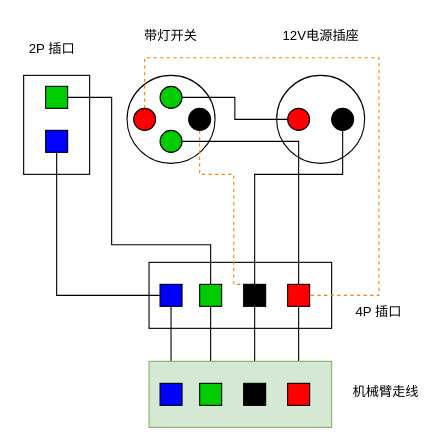
enpeizhao/drawio_disk keeps this draw.io diagram as page "第 3 页" (3 of 3) of 未命名绘图.drawio. Above is the earlier version. Source tidied: cells renumbered, new cells numbered last; positions are measured from the earlier drawing's top-left corner, leaving out a move shared by most shapes. Both pictures are drawn from the tidied source at 110%, with x=0, y=0 at pixel (19, 19).
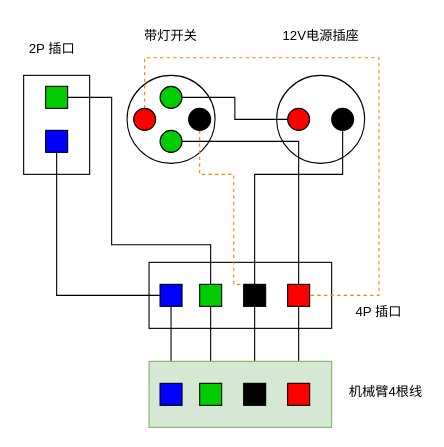
The same page after the edit.

Commit message (it also covers changes not shown here):
更新未命名绘图.drawio

Diff of the diagram source:
```diff
@@
-    <mxCell id="36" value="机械臂走线" style="text;html=1;align=center;verticalAlign=middle;whiteSpace=wrap;rounded=0;" parent="1" vertex="1">
+    <mxCell id="36" value="机械臂4根线" style="text;html=1;align=center;verticalAlign=middle;whiteSpace=wrap;rounded=0;" parent="1" vertex="1">
       <mxGeometry x="297" y="324" width="73" height="30" as="geometry" />
     </mxCell>
```
